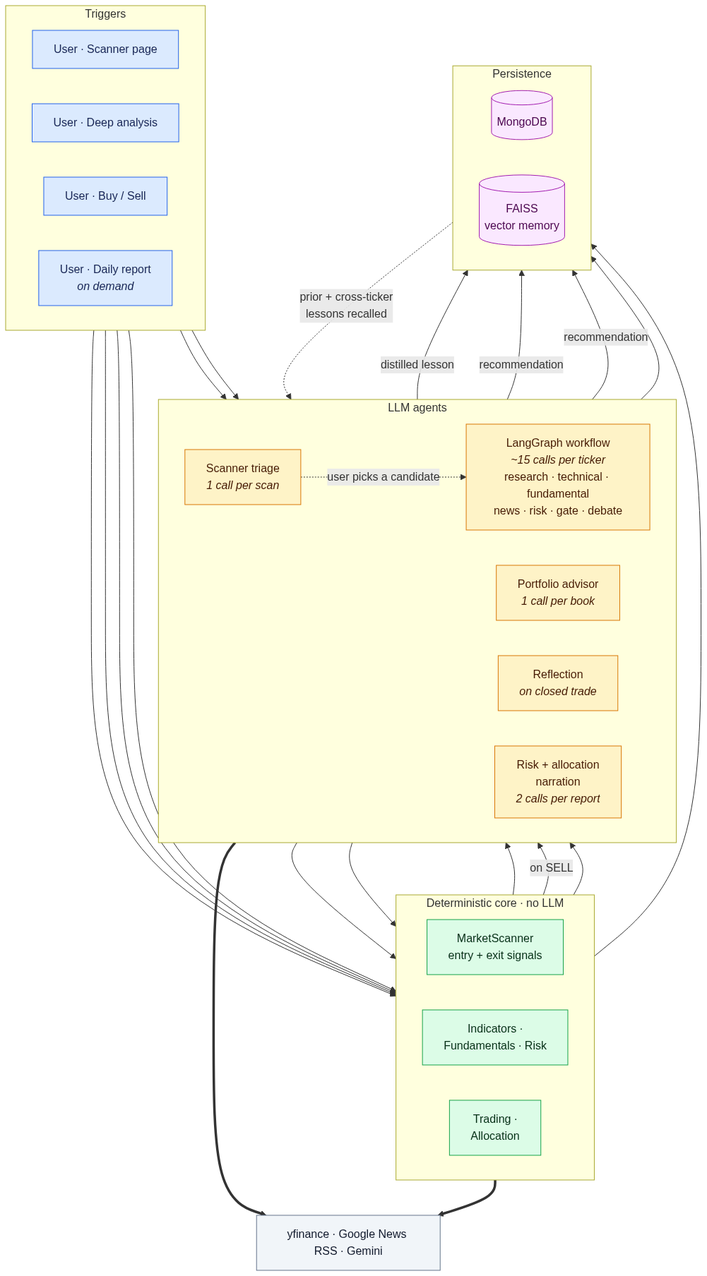
Earlier version of the Mermaid export docs/system.png (sumit-0804/AlphaForge-AI). Its source is kept beside it as docs/system.mmd.
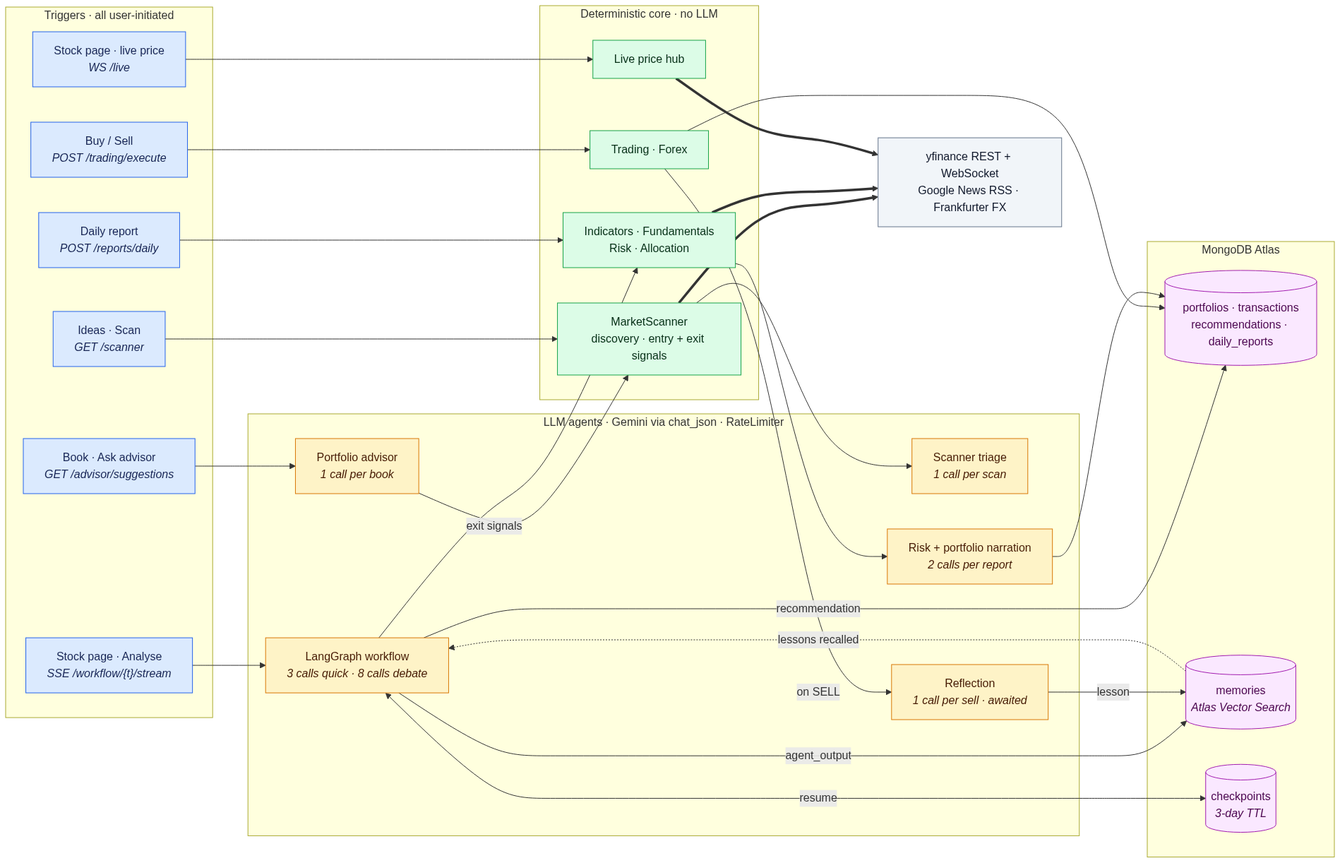
The same diagram one commit later.

The edit, as a diff of the source:
```diff
@@ -3,60 +3,59 @@
   flowchart:
     curve: basis
 ---
-graph TB
+graph LR
 
-    subgraph TRIG["Triggers"]
-        direction LR
-        T1["User · Scanner page"]
-        T2["User · Deep analysis"]
-        T3["User · Buy / Sell"]
-        T4["User · Daily report<br/><i>on demand</i>"]
-    end
-
-    subgraph LLM["LLM agents"]
-        direction LR
-        A1["Scanner triage<br/><i>1 call per scan</i>"]
-        A2["Portfolio advisor<br/><i>1 call per book</i>"]
-        A3["Reflection<br/><i>on closed trade</i>"]
-        A4["Risk + allocation<br/>narration<br/><i>2 calls per report</i>"]
-        WF["LangGraph workflow<br/><i>~15 calls per ticker</i><br/>research · technical · fundamental<br/>news · risk · gate · debate"]
+    subgraph TRIG["Triggers · all user-initiated"]
+        T1["Ideas · Scan<br/><i>GET /scanner</i>"]
+        T2["Stock page · Analyse<br/><i>SSE /workflow/{t}/stream</i>"]
+        T3["Buy / Sell<br/><i>POST /trading/execute</i>"]
+        T4["Book · Ask advisor<br/><i>GET /advisor/suggestions</i>"]
+        T5["Daily report<br/><i>POST /reports/daily</i>"]
+        T6["Stock page · live price<br/><i>WS /live</i>"]
     end
 
     subgraph DET["Deterministic core · no LLM"]
-        direction LR
-        S1["MarketScanner<br/>entry + exit signals"]
-        S2["Indicators ·<br/>Fundamentals · Risk"]
-        S3["Trading ·<br/>Allocation"]
+        S1["MarketScanner<br/>discovery · entry + exit signals"]
+        S2["Indicators · Fundamentals<br/>Risk · Allocation"]
+        S3["Trading · Forex"]
+        S4["Live price hub"]
     end
 
-    subgraph STORE["Persistence"]
-        direction LR
-        D1[("MongoDB")]
-        D2[("FAISS<br/>vector memory")]
+    subgraph LLM["LLM agents · Gemini via chat_json · RateLimiter"]
+        A1["Scanner triage<br/><i>1 call per scan</i>"]
+        WF["LangGraph workflow<br/><i>3 calls quick · 8 calls debate</i>"]
+        A2["Portfolio advisor<br/><i>1 call per book</i>"]
+        A3["Reflection<br/><i>1 call per sell · awaited</i>"]
+        A4["Risk + portfolio narration<br/><i>2 calls per report</i>"]
     end
 
-    EXT["yfinance · Google News RSS · Gemini"]
+    subgraph STORE["MongoDB Atlas"]
+        D1[("portfolios · transactions<br/>recommendations · daily_reports")]
+        D2[("memories<br/><i>Atlas Vector Search</i>")]
+        D3[("checkpoints<br/><i>3-day TTL</i>")]
+    end
+
+    MKT["yfinance REST + WebSocket<br/>Google News RSS · Frankfurter FX"]
 
     T1 --> S1 --> A1
-    T1 --> A2 --> S1
     T2 --> WF
+    WF --> S2
     T3 --> S3
     S3 -->|"on SELL"| A3
-    T4 --> S1
-    T4 --> S2 --> A4
+    T4 --> A2
+    A2 -->|"exit signals"| S1
+    T5 --> S2 --> A4
+    T6 --> S4
 
-    WF --> S2
-    A1 -.->|"user picks a candidate"| WF
-
-    A3 -->|"distilled lesson"| D2
     WF -->|"recommendation"| D1
-    WF -->|"recommendation"| D2
-    D2 -.->|"prior + cross-ticker<br/>lessons recalled"| WF
+    WF -->|"agent_output"| D2
+    WF <-->|"resume"| D3
+    A3 -->|"lesson"| D2
+    D2 -.->|"lessons recalled"| WF
     S3 --> D1
     A4 --> D1
 
-    DET ==> EXT
-    LLM ==> EXT
+    S1 & S2 & S4 ==> MKT
 
     classDef trig fill:#dbeafe,stroke:#2563eb,color:#172554
     classDef agent fill:#fef3c7,stroke:#d97706,color:#451a03
@@ -64,8 +63,8 @@
     classDef store fill:#fae8ff,stroke:#a21caf,color:#4a044e
     classDef ext fill:#f1f5f9,stroke:#64748b,color:#0f172a
 
-    class T1,T2,T3,T4 trig
+    class T1,T2,T3,T4,T5,T6 trig
     class A1,A2,A3,A4,WF agent
-    class S1,S2,S3 svc
-    class D1,D2 store
-    class EXT ext
+    class S1,S2,S3,S4 svc
+    class D1,D2,D3 store
+    class MKT ext
```
